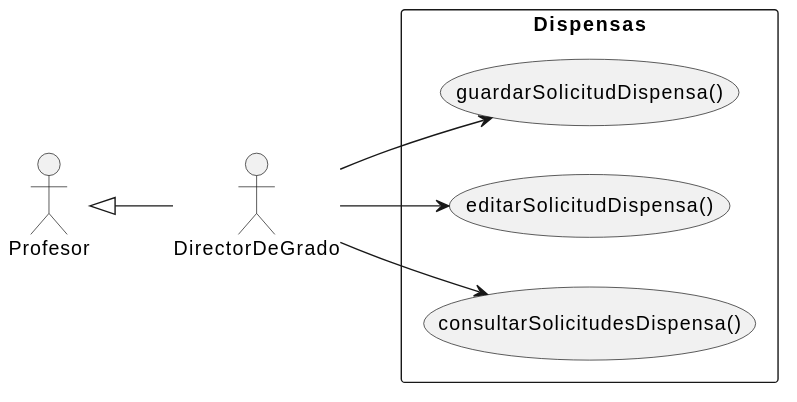
jerdier/25-26-idsw2-sdVC keeps this PlantUML diagram as documents/requisitado/01-actores-casos-uso/DirectorDeGrado.svg. Above is the earlier version.
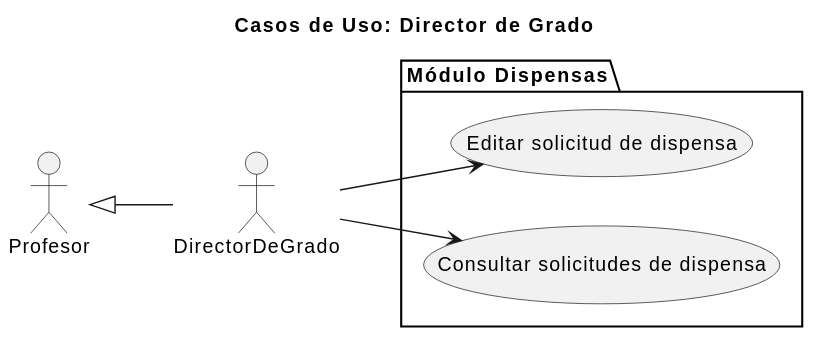
Above is the later version.

The edit, as a diff of the source:
```diff
@@ -1,20 +1,18 @@
 @startuml
+Title Casos de Uso: Director de Grado
 left to right direction
-skinparam packageStyle rectangle
+skinparam style strictuml
 
 actor Profesor
 actor DirectorDeGrado
 
 Profesor <|-- DirectorDeGrado
 
+package "Módulo Dispensas" {
+    usecase "Consultar solicitudes de dispensa" as ConsultarSolicitudesDispensa
+    usecase "Editar solicitud de dispensa" as EditarSolicitudDispensa
+}
 
-    package "Dispensas" {
-        usecase "consultarSolicitudesDispensa()" as ConsultarSolicitudesDispensa
-        usecase "editarSolicitudDispensa()"     as EditarSolicitudDispensa
-        usecase "guardarSolicitudDispensa()"    as GuardarSolicitudDispensa
-    }
-
-    DirectorDeGrado --> ConsultarSolicitudesDispensa
-    DirectorDeGrado --> EditarSolicitudDispensa
-    DirectorDeGrado --> GuardarSolicitudDispensa
+DirectorDeGrado --> ConsultarSolicitudesDispensa
+DirectorDeGrado --> EditarSolicitudDispensa
 @enduml
```
